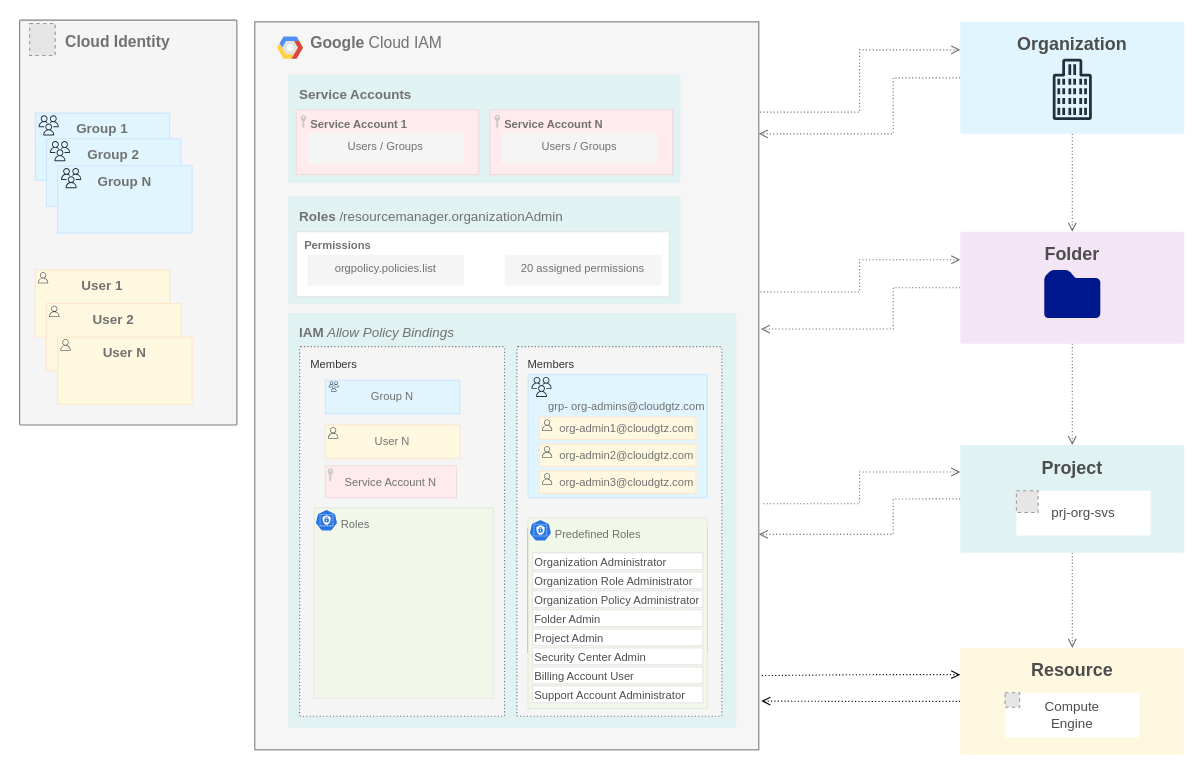
This is page "Access Management" (2 of 3) of docs/assets/images/gcp-infrastructure.drawio from gtz4all/gtz4all.github.io, a draw.io file, before an edit. Source tidied: cells renumbered, new cells numbered last; positions are measured from the earlier drawing's top-left corner, leaving out a move shared by most shapes. Both pictures are drawn from the tidied source at 112%, with x=0, y=0 at pixel (19, 19). Pictures stored in the file or linked from it are replaced by grey dashed boxes.
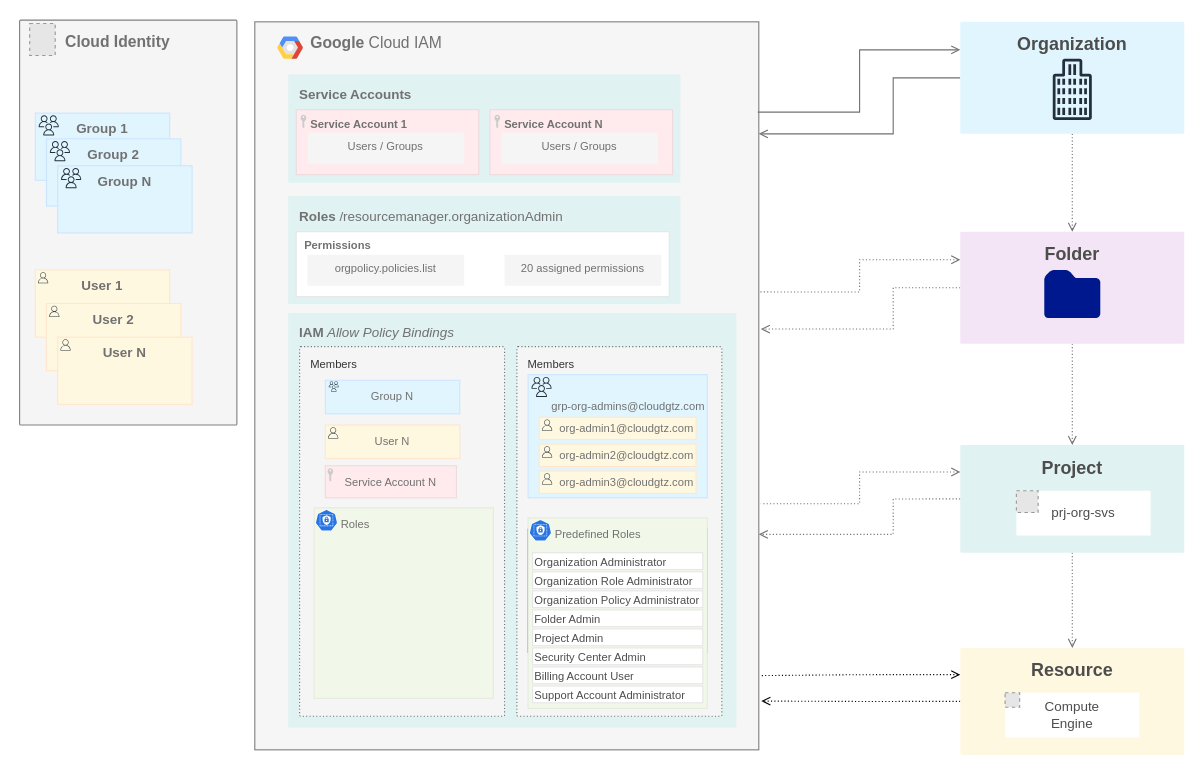
Above is the later version.

Unchanged cells that the change refers to:
```xml
<mxCell id="2" value="&lt;b&gt;Google &lt;/b&gt;Cloud IAM" style="fillColor=#F6F6F6;strokeColor=#808080;shadow=0;gradientColor=none;fontSize=14;align=left;spacing=10;fontColor=#717171;9E9E9E;verticalAlign=top;spacingTop=-4;fontStyle=0;spacingLeft=40;html=1;whiteSpace=wrap;" parent="1" vertex="1">
  <mxGeometry x="210" y="2" width="450" height="650" as="geometry" />
</mxCell>
<mxCell id="31" style="group;" parent="1" vertex="1">
  <mxGeometry x="454" y="317" width="190" height="110" as="geometry" />
</mxCell>
<mxCell id="74" value="&lt;font color=&quot;#4d4d4d&quot; style=&quot;font-size: 16px;&quot;&gt;&lt;b style=&quot;&quot;&gt;Organization&lt;/b&gt;&lt;/font&gt;" style="sketch=0;points=[[0,0,0],[0.25,0,0],[0.5,0,0],[0.75,0,0],[1,0,0],[1,0.25,0],[1,0.5,0],[1,0.75,0],[1,1,0],[0.75,1,0],[0.5,1,0],[0.25,1,0],[0,1,0],[0,0.75,0],[0,0.5,0],[0,0.25,0]];rounded=1;absoluteArcSize=1;arcSize=2;html=1;strokeColor=none;gradientColor=none;shadow=0;dashed=0;fontSize=12;fontColor=#9E9E9E;align=center;verticalAlign=top;spacing=10;spacingTop=-4;whiteSpace=wrap;fillColor=#E1F5FE;" parent="1" vertex="1">
  <mxGeometry x="839.9" y="2" width="200" height="100" as="geometry" />
</mxCell>
```

Change to the diagram source:
```diff
@@
-    <mxCell id="32" value="&lt;font color=&quot;#717171&quot; style=&quot;font-size: 10px;&quot;&gt;&amp;nbsp;&lt;br&gt;grp- org-admins@cloudgtz.com&lt;/font&gt;" style="rounded=0;whiteSpace=wrap;html=1;verticalAlign=top;fillColor=#E1F5FE;strokeColor=#CCE5FF;align=right;" parent="31" vertex="1">
+    <mxCell id="32" value="&lt;font color=&quot;#717171&quot; style=&quot;font-size: 10px;&quot;&gt;&amp;nbsp;&lt;br&gt;grp-org-admins@cloudgtz.com&lt;/font&gt;" style="rounded=0;whiteSpace=wrap;html=1;verticalAlign=top;fillColor=#E1F5FE;strokeColor=#CCE5FF;align=right;" parent="31" vertex="1">
       <mxGeometry width="160" height="110" as="geometry" />
     </mxCell>
@@
-    <mxCell id="72" style="edgeStyle=orthogonalEdgeStyle;rounded=0;jettySize=auto;html=1;exitX=0;exitY=0.25;exitDx=0;exitDy=0;exitPerimeter=0;entryX=0.998;entryY=0.124;entryDx=0;entryDy=0;entryPerimeter=0;endArrow=none;endFill=0;startArrow=open;startFill=0;dashed=1;dashPattern=1 2;strokeColor=#717171;" parent="1" edge="1" source="74" target="2">
+    <mxCell id="72" style="edgeStyle=orthogonalEdgeStyle;rounded=0;jettySize=auto;html=1;exitX=0;exitY=0.25;exitDx=0;exitDy=0;exitPerimeter=0;entryX=0.998;entryY=0.124;entryDx=0;entryDy=0;entryPerimeter=0;endArrow=none;endFill=0;startArrow=open;startFill=0;strokeColor=#717171;" parent="1" edge="1" source="74" target="2">
       <mxGeometry relative="1" as="geometry" />
     </mxCell>
-    <mxCell id="73" style="edgeStyle=orthogonalEdgeStyle;rounded=0;jettySize=auto;html=1;exitX=0;exitY=0.5;exitDx=0;exitDy=0;exitPerimeter=0;endArrow=open;endFill=0;dashed=1;dashPattern=1 2;strokeColor=#717171;" parent="1" edge="1" source="74" target="2">
+    <mxCell id="73" style="edgeStyle=orthogonalEdgeStyle;rounded=0;jettySize=auto;html=1;exitX=0;exitY=0.5;exitDx=0;exitDy=0;exitPerimeter=0;endArrow=open;endFill=0;strokeColor=#717171;" parent="1" edge="1" source="74" target="2">
       <mxGeometry relative="1" as="geometry">
         <Array as="points">
           <mxPoint x="780" y="52" />
           <mxPoint x="780" y="102" />
         </Array>
       </mxGeometry>
     </mxCell>
```
